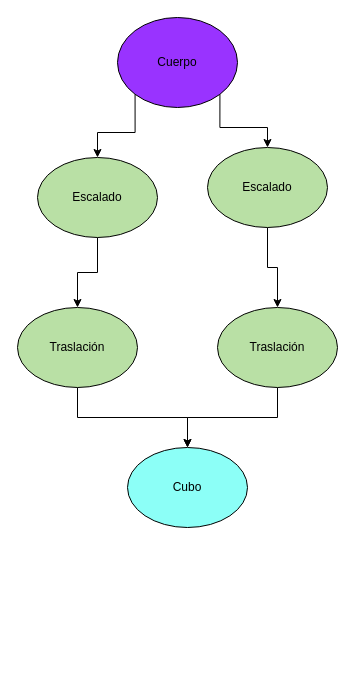
Earlier version of the draw.io diagram docs/Cuerpo.drawio (Cristinasj/IG). Source tidied: cells renumbered, new cells numbered last; positions are measured from the earlier drawing's top-left corner, leaving out a move shared by most shapes. Both pictures are drawn from the tidied source at 100%, with x=0, y=0 at pixel (17, 17).
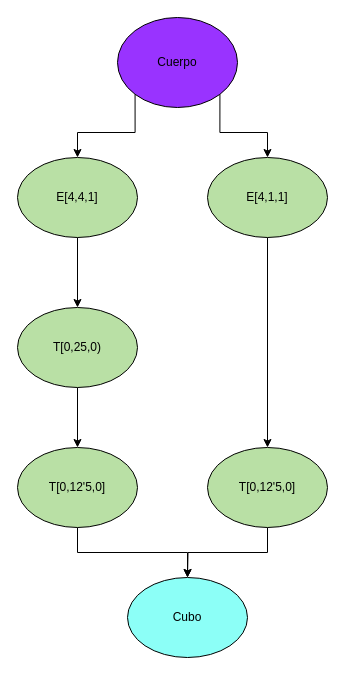
The same page after the edit.

Diff of the diagram source:
```diff
@@
 <mxGraphModel>
   <root>
     <mxCell id="0" />
     <mxCell id="1" parent="0" />
     <mxCell id="2" style="edgeStyle=orthogonalEdgeStyle;rounded=0;jettySize=auto;html=1;exitX=0;exitY=1;exitDx=0;exitDy=0;" parent="1" edge="1" source="4" target="6">
       <mxGeometry relative="1" as="geometry" />
     </mxCell>
     <mxCell id="3" style="edgeStyle=orthogonalEdgeStyle;rounded=0;jettySize=auto;html=1;exitX=1;exitY=1;exitDx=0;exitDy=0;" parent="1" edge="1" source="4" target="8">
       <mxGeometry relative="1" as="geometry" />
     </mxCell>
     <mxCell id="4" value="Cuerpo" style="ellipse;whiteSpace=wrap;html=1;fillColor=#9933FF;" parent="1" vertex="1">
       <mxGeometry x="100" width="120" height="90" as="geometry" />
     </mxCell>
     <mxCell id="5" style="edgeStyle=orthogonalEdgeStyle;rounded=0;jettySize=auto;html=1;exitX=0.5;exitY=1;exitDx=0;exitDy=0;" parent="1" edge="1" source="6" target="10">
       <mxGeometry relative="1" as="geometry" />
     </mxCell>
-    <mxCell id="6" value="Escalado" style="ellipse;whiteSpace=wrap;html=1;fillColor=#B9E0A5;" parent="1" vertex="1">
-      <mxGeometry x="20" y="140" width="120" height="80" as="geometry" />
+    <mxCell id="6" value="E[4,4,1]" style="ellipse;whiteSpace=wrap;html=1;fillColor=#B9E0A5;" parent="1" vertex="1">
+      <mxGeometry y="140" width="120" height="80" as="geometry" />
     </mxCell>
-    <mxCell id="7" style="edgeStyle=orthogonalEdgeStyle;rounded=0;jettySize=auto;html=1;exitX=0.5;exitY=1;exitDx=0;exitDy=0;" parent="1" edge="1" source="8" target="12">
-      <mxGeometry relative="1" as="geometry" />
-    </mxCell>
+    <mxCell id="14" style="edgeStyle=orthogonalEdgeStyle;rounded=0;jettySize=auto;html=1;exitX=0.5;exitY=1;exitDx=0;exitDy=0;" parent="1" edge="1" source="8" target="19">
+      <mxGeometry relative="1" as="geometry" />
+    </mxCell>
-    <mxCell id="8" value="Escalado" style="ellipse;whiteSpace=wrap;html=1;fillColor=#B9E0A5;" parent="1" vertex="1">
-      <mxGeometry x="190" y="130" width="120" height="80" as="geometry" />
+    <mxCell id="8" value="E[4,1,1]" style="ellipse;whiteSpace=wrap;html=1;fillColor=#B9E0A5;" parent="1" vertex="1">
+      <mxGeometry x="190" y="140" width="120" height="80" as="geometry" />
     </mxCell>
-    <mxCell id="9" style="edgeStyle=orthogonalEdgeStyle;rounded=0;jettySize=auto;html=1;exitX=0.5;exitY=1;exitDx=0;exitDy=0;" parent="1" edge="1" source="10" target="13">
-      <mxGeometry relative="1" as="geometry" />
-    </mxCell>
+    <mxCell id="15" style="edgeStyle=orthogonalEdgeStyle;rounded=0;jettySize=auto;html=1;exitX=0.5;exitY=1;exitDx=0;exitDy=0;" parent="1" edge="1" source="10" target="17">
+      <mxGeometry relative="1" as="geometry" />
+    </mxCell>
-    <mxCell id="10" value="Traslación" style="ellipse;whiteSpace=wrap;html=1;fillColor=#B9E0A5;" parent="1" vertex="1">
+    <mxCell id="10" value="T[0,25,0)" style="ellipse;whiteSpace=wrap;html=1;fillColor=#B9E0A5;" parent="1" vertex="1">
       <mxGeometry y="290" width="120" height="80" as="geometry" />
     </mxCell>
-    <mxCell id="11" style="edgeStyle=orthogonalEdgeStyle;rounded=0;jettySize=auto;html=1;exitX=0.5;exitY=1;exitDx=0;exitDy=0;" parent="1" edge="1" source="12" target="13">
-      <mxGeometry relative="1" as="geometry" />
-    </mxCell>
-    <mxCell id="12" value="Traslación" style="ellipse;whiteSpace=wrap;html=1;fillColor=#B9E0A5;" parent="1" vertex="1">
-      <mxGeometry x="200" y="290" width="120" height="80" as="geometry" />
-    </mxCell>
     <mxCell id="13" value="Cubo" style="ellipse;whiteSpace=wrap;html=1;fillColor=#8CFFF7;" parent="1" vertex="1">
-      <mxGeometry x="110" y="430" width="120" height="80" as="geometry" />
+      <mxGeometry x="110" y="560" width="120" height="80" as="geometry" />
     </mxCell>
+    <mxCell id="16" style="edgeStyle=orthogonalEdgeStyle;rounded=0;jettySize=auto;html=1;exitX=0.5;exitY=1;exitDx=0;exitDy=0;" parent="1" edge="1" source="17" target="13">
+      <mxGeometry relative="1" as="geometry" />
+    </mxCell>
+    <mxCell id="17" value="T[0,12'5,0]" style="ellipse;whiteSpace=wrap;html=1;fillColor=#B9E0A5;" parent="1" vertex="1">
+      <mxGeometry y="430" width="120" height="80" as="geometry" />
+    </mxCell>
+    <mxCell id="18" style="edgeStyle=orthogonalEdgeStyle;rounded=0;jettySize=auto;html=1;exitX=0.5;exitY=1;exitDx=0;exitDy=0;" parent="1" edge="1" source="19">
+      <mxGeometry relative="1" as="geometry">
+        <mxPoint x="170" y="560" as="targetPoint" />
+      </mxGeometry>
+    </mxCell>
+    <mxCell id="19" value="T[0,12'5,0]" style="ellipse;whiteSpace=wrap;html=1;fillColor=#B9E0A5;" parent="1" vertex="1">
+      <mxGeometry x="190" y="430" width="120" height="80" as="geometry" />
+    </mxCell>
   </root>
 </mxGraphModel>
```
